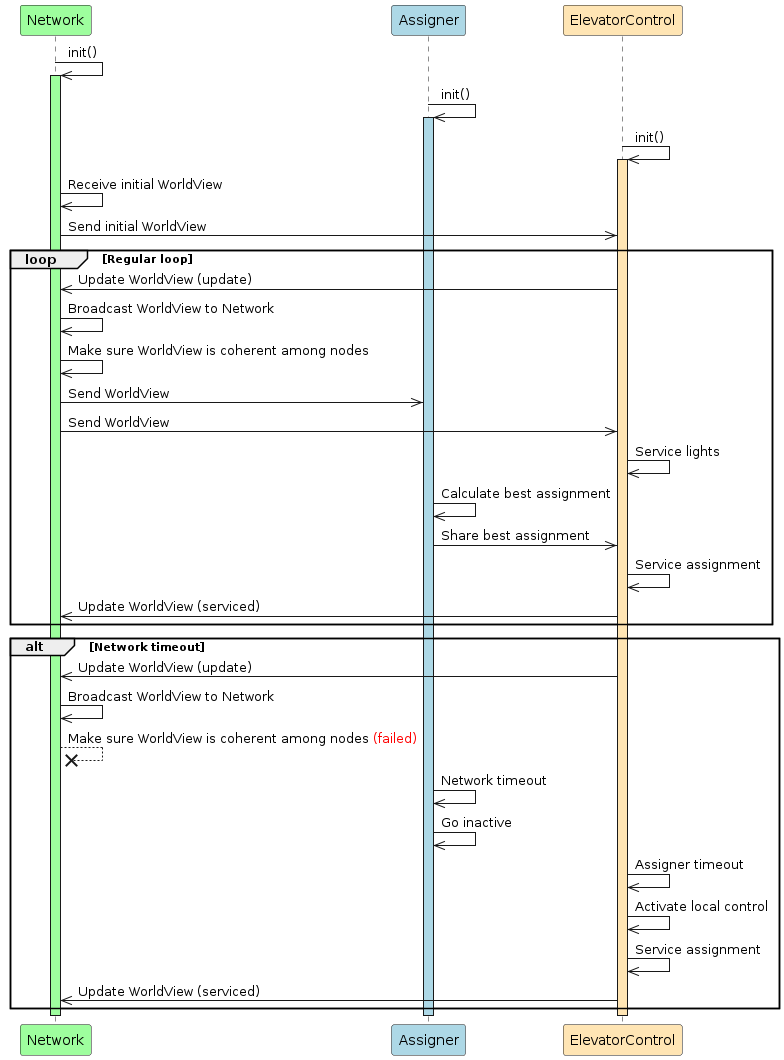
Earlier version of the PlantUML export UML/out/diagrams/thread_handle_request_sequence_diagram/Thread Handle Request Sequence Diagram.png (Lucas-Vo/heislab2).
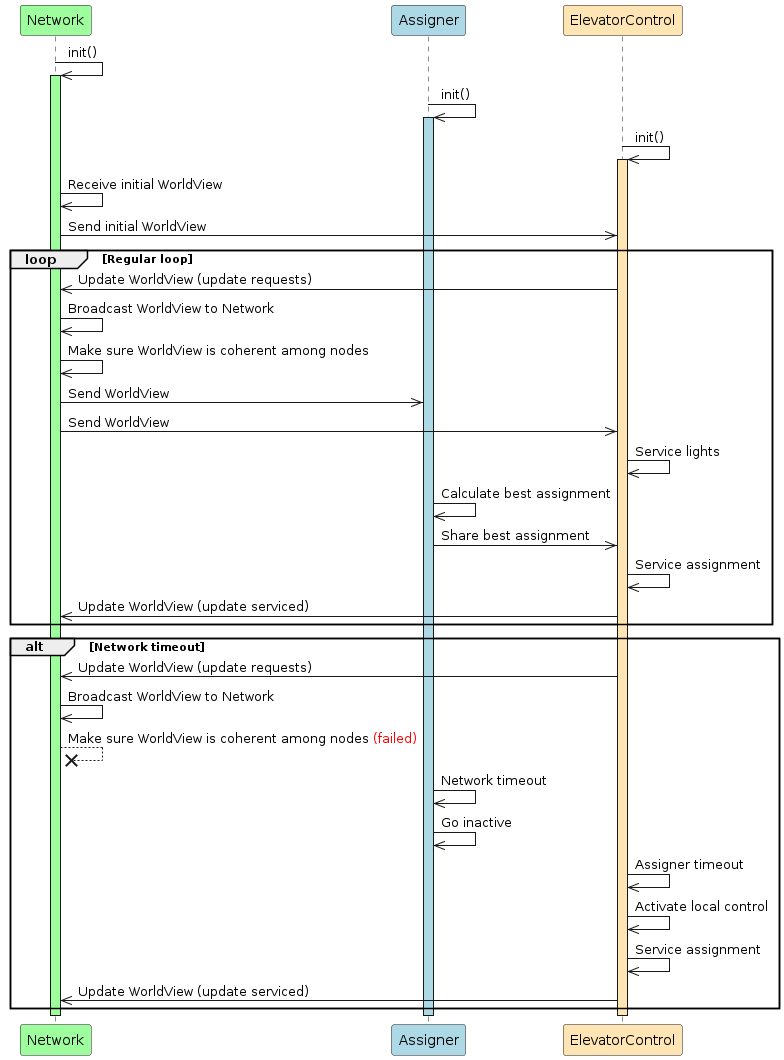
After the change.

What changed in the source:
```diff
@@ -13,7 +13,7 @@
     Network->>ElevatorControl: Send initial WorldView
 
     loop Regular loop
-    ElevatorControl->>Network: Update WorldView (update)
+    ElevatorControl->>Network: Update WorldView (update requests)
     Network->>Network: Broadcast WorldView to Network
     Network->>Network: Make sure WorldView is coherent among nodes
     Network->>Assigner: Send WorldView
@@ -23,11 +23,11 @@
     Assigner->>Assigner: Calculate best assignment
     Assigner->>ElevatorControl: Share best assignment
     ElevatorControl->>ElevatorControl: Service assignment
-    ElevatorControl->>Network: Update WorldView (serviced)
+    ElevatorControl->>Network: Update WorldView (update serviced)
     end
 
     alt Network timeout
-    ElevatorControl->>Network: Update WorldView (update)
+    ElevatorControl->>Network: Update WorldView (update requests)
     Network->>Network: Broadcast WorldView to Network
     Network--x Network: Make sure WorldView is coherent among nodes <color:red>(failed)</color>
 
@@ -37,7 +37,7 @@
     ElevatorControl->>ElevatorControl: Assigner timeout
     ElevatorControl->>ElevatorControl: Activate local control
     ElevatorControl->>ElevatorControl: Service assignment
-    ElevatorControl->>Network: Update WorldView (serviced)
+    ElevatorControl->>Network: Update WorldView (update serviced)
     end
 
     deactivate Network
```
